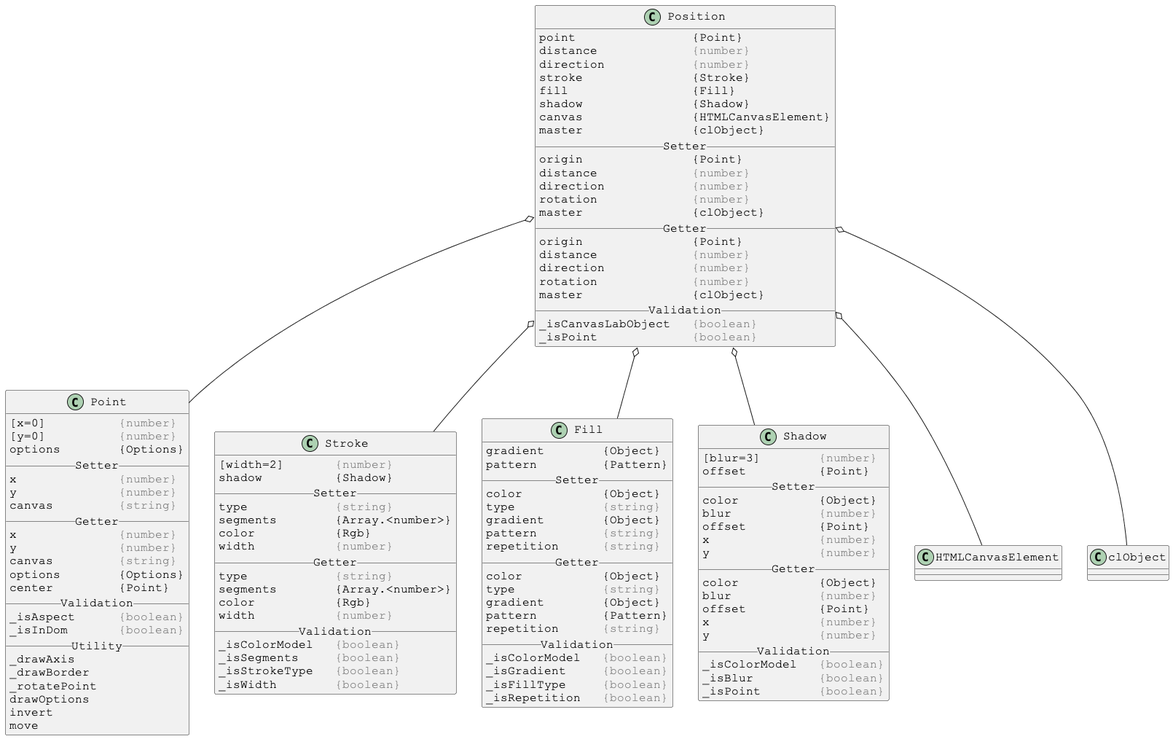
This is docs/PlantUml/image/linked/Position-linked.png from Justin-Byrne/canvasLab, a PlantUML export, as it was before one commit.
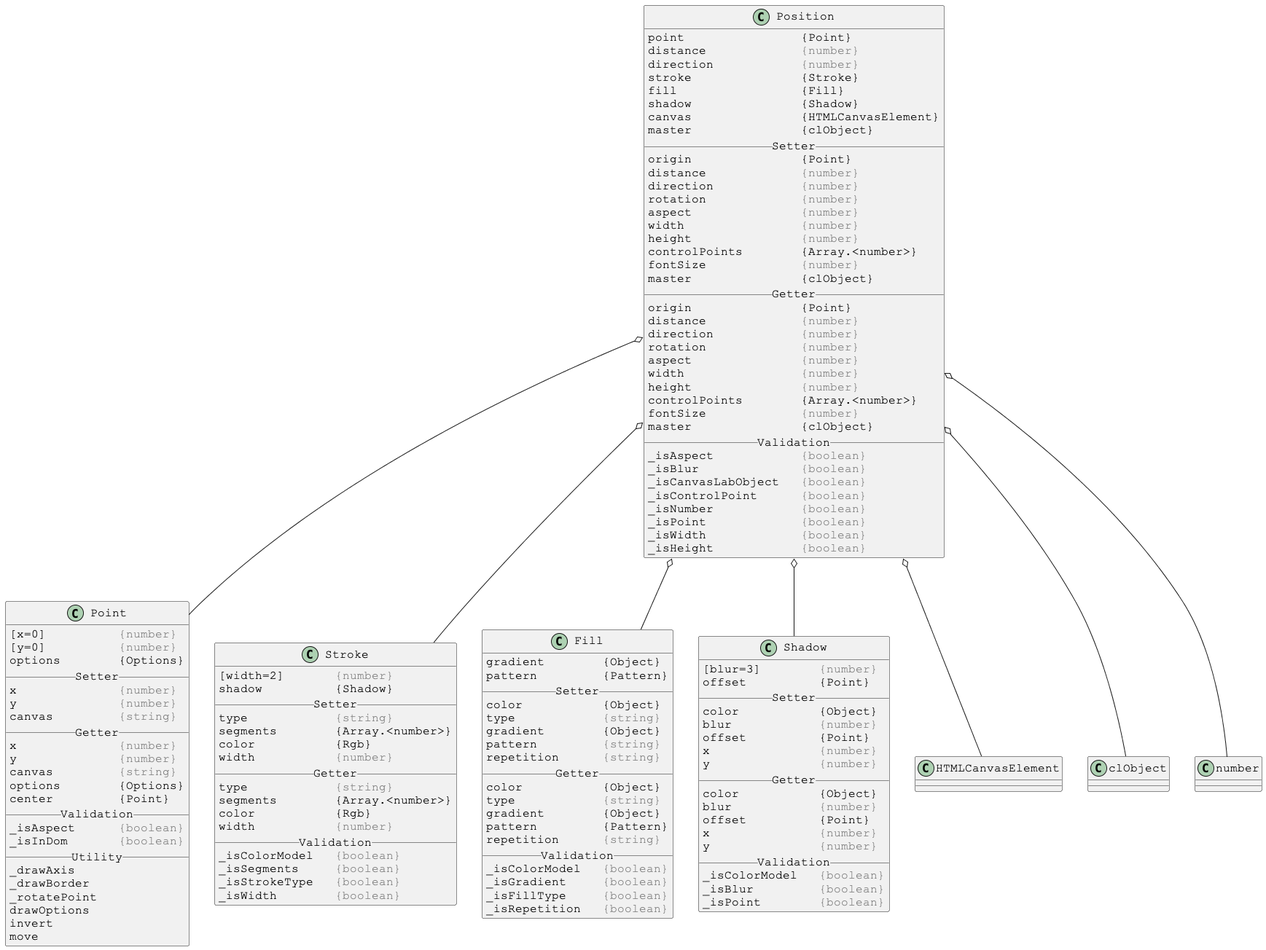
The same file after the commit.

Change to the diagram source:
```diff
@@ -17,16 +17,32 @@
 distance             <color:gray>{number}</color>
 direction            <color:gray>{number}</color>
 rotation             <color:gray>{number}</color>
+aspect               <color:gray>{number}</color>
+width                <color:gray>{number}</color>
+height               <color:gray>{number}</color>
+controlPoints        {Array.<number>}
+fontSize             <color:gray>{number}</color>
 master               {clObject}
 __ Getter __
 origin               {Point}
 distance             <color:gray>{number}</color>
 direction            <color:gray>{number}</color>
 rotation             <color:gray>{number}</color>
+aspect               <color:gray>{number}</color>
+width                <color:gray>{number}</color>
+height               <color:gray>{number}</color>
+controlPoints        {Array.<number>}
+fontSize             <color:gray>{number}</color>
 master               {clObject}
 __ Validation __
+_isAspect            <color:gray>{boolean}</color>
+_isBlur              <color:gray>{boolean}</color>
 _isCanvasLabObject   <color:gray>{boolean}</color>
+_isControlPoint      <color:gray>{boolean}</color>
+_isNumber            <color:gray>{boolean}</color>
 _isPoint             <color:gray>{boolean}</color>
+_isWidth             <color:gray>{boolean}</color>
+_isHeight            <color:gray>{boolean}</color>
 }
 
 Position o-- Point
@@ -35,6 +51,7 @@
 Position o-- Shadow
 Position o-- HTMLCanvasElement
 Position o-- clObject
+Position o-- number
 
 
 
```
